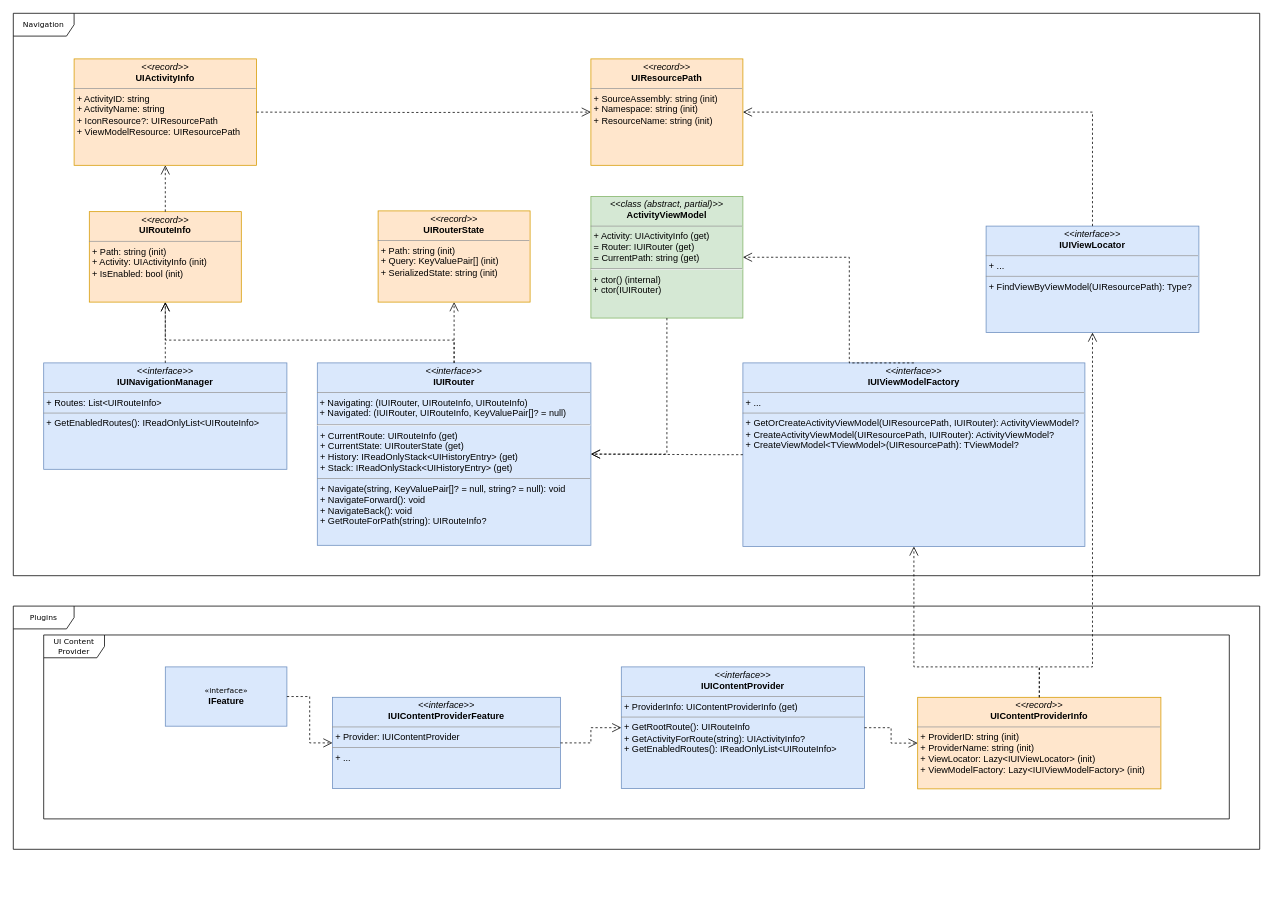
This is page "UI" (1 of 2) of docs/Core Component Structure.drawio from MasterMann/MyLife, a draw.io file, before an edit. Source tidied: cells renumbered, new cells numbered last; positions are measured from the earlier drawing's top-left corner, leaving out a move shared by most shapes. Both pictures are drawn from the tidied source at 76%, with x=0, y=0 at pixel (13, 13).
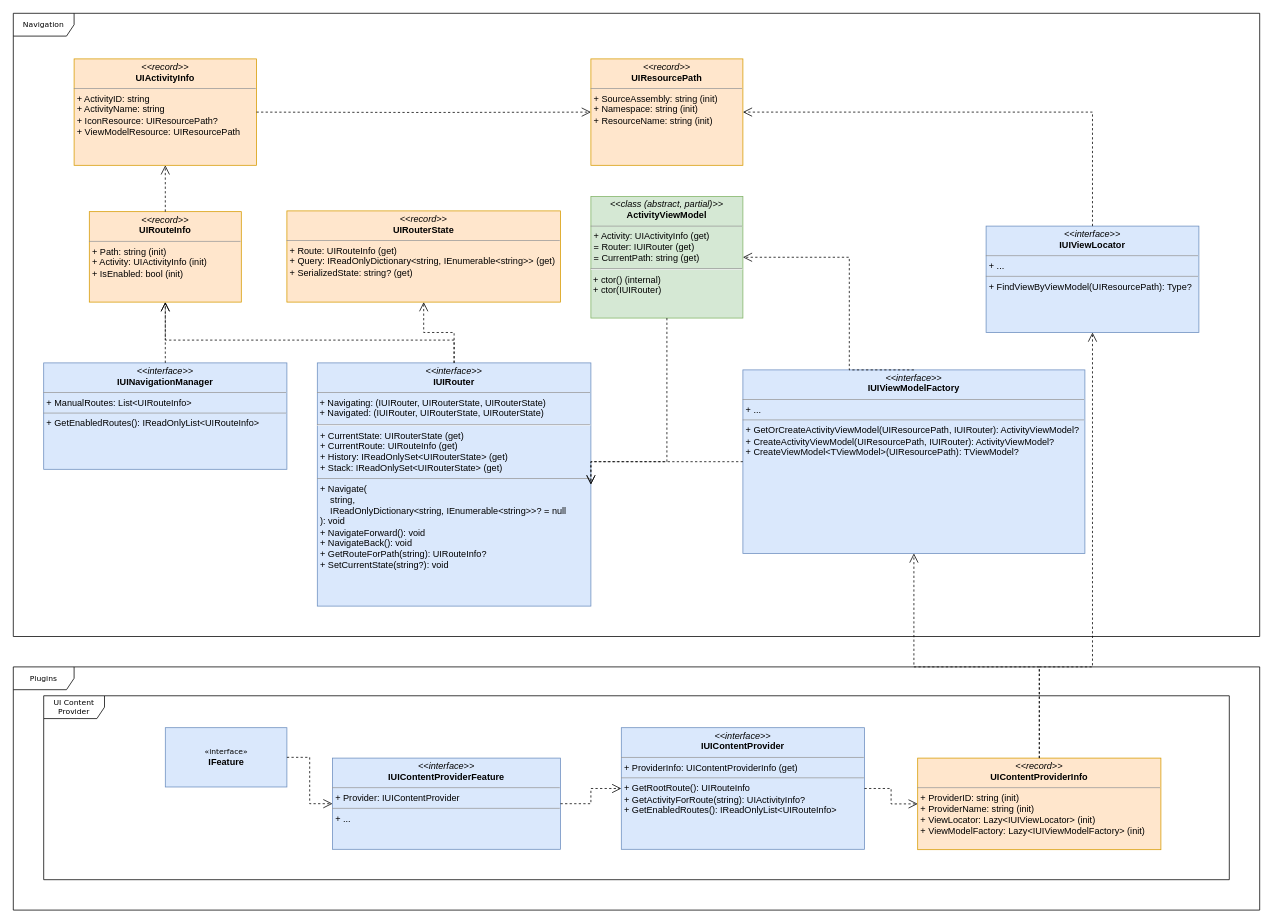
The same page after the edit.

Commit message:
[Docs] Update architecture diagram to reflect latest source changes

Notes:
- updated members of interfaces and models related to UI navigation and content providers

Unchanged cells that the change refers to:
```xml
<mxCell id="25" value="&lt;p style=&quot;margin:0px;margin-top:4px;text-align:center;&quot;&gt;&lt;i&gt;&amp;lt;&amp;lt;class (abstract, partial)&amp;gt;&amp;gt;&lt;/i&gt;&lt;br&gt;&lt;b&gt;ActivityViewModel&lt;/b&gt;&lt;/p&gt;&lt;hr size=&quot;1&quot;&gt;&lt;p style=&quot;margin:0px;margin-left:4px;&quot;&gt;+ Activity: UIActivityInfo (get)&lt;br&gt;&lt;/p&gt;&lt;p style=&quot;margin:0px;margin-left:4px;&quot;&gt;= Router: IUIRouter (get)&lt;/p&gt;&lt;p style=&quot;margin:0px;margin-left:4px;&quot;&gt;= CurrentPath: string (get)&lt;/p&gt;&lt;hr&gt;&amp;nbsp;+ ctor() (internal)&lt;br&gt;&amp;nbsp;+ ctor(IUIRouter)" style="verticalAlign=top;align=left;overflow=fill;fontSize=12;fontFamily=Helvetica;html=1;rounded=0;shadow=0;comic=0;labelBackgroundColor=none;strokeWidth=1;fillColor=#d5e8d4;strokeColor=#82b366;" parent="1" vertex="1">
  <mxGeometry x="760" y="241" width="200" height="160" as="geometry" />
</mxCell>
```

What changed in the source:
```diff
@@
     <mxCell id="2" value="Plugins" style="shape=umlFrame;whiteSpace=wrap;html=1;rounded=0;shadow=0;comic=0;labelBackgroundColor=none;strokeWidth=1;fontFamily=Verdana;fontSize=10;align=center;width=80;height=30;" parent="1" vertex="1">
-      <mxGeometry y="780" width="1640" height="320" as="geometry" />
+      <mxGeometry y="860" width="1640" height="320" as="geometry" />
     </mxCell>
     <mxCell id="3" value="UI Content Provider" style="shape=umlFrame;whiteSpace=wrap;html=1;rounded=0;shadow=0;comic=0;labelBackgroundColor=none;strokeWidth=1;fontFamily=Verdana;fontSize=10;align=center;width=80;height=30;" parent="1" vertex="1">
-      <mxGeometry x="40" y="818" width="1560" height="242" as="geometry" />
+      <mxGeometry x="40" y="898" width="1560" height="242" as="geometry" />
     </mxCell>
     <mxCell id="4" value="Navigation" style="shape=umlFrame;whiteSpace=wrap;html=1;rounded=0;shadow=0;comic=0;labelBackgroundColor=none;strokeWidth=1;fontFamily=Verdana;fontSize=10;align=center;width=80;height=30;" parent="1" vertex="1">
-      <mxGeometry width="1640" height="740" as="geometry" />
+      <mxGeometry width="1640" height="820" as="geometry" />
     </mxCell>
@@
-    <mxCell id="20" value="&lt;p style=&quot;margin:0px;margin-top:4px;text-align:center;&quot;&gt;&lt;i&gt;&amp;lt;&amp;lt;interface&amp;gt;&amp;gt;&lt;/i&gt;&lt;br&gt;&lt;b&gt;IUIRouter&lt;/b&gt;&lt;/p&gt;&lt;hr size=&quot;1&quot;&gt;&amp;nbsp;+ Navigating: (IUIRouter, UIRouteInfo, UIRouteInfo)&lt;br&gt;&amp;nbsp;+ Navigated: (IUIRouter, UIRouteInfo, KeyValuePair[]? = null)&lt;br&gt;&lt;hr&gt;&lt;p style=&quot;margin:0px;margin-left:4px;&quot;&gt;+ CurrentRoute: UIRouteInfo (get)&lt;/p&gt;&lt;p style=&quot;margin:0px;margin-left:4px;&quot;&gt;+ CurrentState: UIRouterState (get)&lt;/p&gt;&lt;p style=&quot;margin:0px;margin-left:4px;&quot;&gt;+ History: IReadOnlyStack&amp;lt;UIHistoryEntry&amp;gt; (get)&lt;/p&gt;&lt;p style=&quot;margin:0px;margin-left:4px;&quot;&gt;+ Stack:&amp;nbsp;IReadOnlyStack&amp;lt;UIHistoryEntry&amp;gt; (get)&lt;/p&gt;&lt;hr size=&quot;1&quot;&gt;&lt;p style=&quot;margin:0px;margin-left:4px;&quot;&gt;+ Navigate(string, KeyValuePair[]? = null, string? = null): void&lt;/p&gt;&lt;p style=&quot;margin:0px;margin-left:4px;&quot;&gt;+ NavigateForward(): void&lt;/p&gt;&lt;p style=&quot;margin:0px;margin-left:4px;&quot;&gt;+ NavigateBack(): void&lt;/p&gt;&lt;p style=&quot;margin:0px;margin-left:4px;&quot;&gt;+ GetRouteForPath(string): UIRouteInfo?&lt;/p&gt;" style="verticalAlign=top;align=left;overflow=fill;fontSize=12;fontFamily=Helvetica;html=1;rounded=0;shadow=0;comic=0;labelBackgroundColor=none;strokeWidth=1;fillColor=#dae8fc;strokeColor=#6c8ebf;" parent="1" vertex="1">
-      <mxGeometry x="400" y="460" width="360" height="240" as="geometry" />
+    <mxCell id="20" value="&lt;p style=&quot;margin:0px;margin-top:4px;text-align:center;&quot;&gt;&lt;i&gt;&amp;lt;&amp;lt;interface&amp;gt;&amp;gt;&lt;/i&gt;&lt;br&gt;&lt;b&gt;IUIRouter&lt;/b&gt;&lt;/p&gt;&lt;hr size=&quot;1&quot;&gt;&amp;nbsp;+ Navigating: (IUIRouter, UIRouterState, UIRouterState)&lt;br&gt;&amp;nbsp;+ Navigated: (IUIRouter, UIRouterState, UIRouterState)&lt;br&gt;&lt;hr&gt;&lt;p style=&quot;margin:0px;margin-left:4px;&quot;&gt;+ CurrentState: UIRouterState (get)&lt;br&gt;&lt;/p&gt;&lt;p style=&quot;margin:0px;margin-left:4px;&quot;&gt;+ CurrentRoute: UIRouteInfo (get)&lt;/p&gt;&lt;p style=&quot;margin:0px;margin-left:4px;&quot;&gt;+ History: IReadOnlySet&amp;lt;UIRouterState&amp;gt; (get)&lt;/p&gt;&lt;p style=&quot;margin:0px;margin-left:4px;&quot;&gt;+ Stack:&amp;nbsp;IReadOnlySet&amp;lt;UIRouterState&amp;gt; (get)&lt;/p&gt;&lt;hr size=&quot;1&quot;&gt;&lt;p style=&quot;margin:0px;margin-left:4px;&quot;&gt;+ Navigate(&lt;/p&gt;&lt;p style=&quot;margin:0px;margin-left:4px;&quot;&gt;&lt;span style=&quot;&quot;&gt;&lt;span style=&quot;white-space: pre;&quot;&gt;&amp;nbsp;&amp;nbsp;&amp;nbsp;&amp;nbsp;&lt;/span&gt;&lt;/span&gt;string,&amp;nbsp;&lt;/p&gt;&lt;p style=&quot;margin:0px;margin-left:4px;&quot;&gt;&lt;span style=&quot;&quot;&gt;&lt;span style=&quot;white-space: pre;&quot;&gt;&amp;nbsp;&amp;nbsp;&amp;nbsp;&amp;nbsp;&lt;/span&gt;&lt;/span&gt;IReadOnlyDictionary&amp;lt;string, IEnumerable&amp;lt;string&amp;gt;&amp;gt;? = null&lt;/p&gt;&lt;p style=&quot;margin:0px;margin-left:4px;&quot;&gt;): void&lt;/p&gt;&lt;p style=&quot;margin:0px;margin-left:4px;&quot;&gt;+ NavigateForward(): void&lt;/p&gt;&lt;p style=&quot;margin:0px;margin-left:4px;&quot;&gt;+ NavigateBack(): void&lt;/p&gt;&lt;p style=&quot;margin:0px;margin-left:4px;&quot;&gt;+ GetRouteForPath(string): UIRouteInfo?&lt;/p&gt;&lt;p style=&quot;margin:0px;margin-left:4px;&quot;&gt;+ SetCurrentState(string?): void&lt;/p&gt;" style="verticalAlign=top;align=left;overflow=fill;fontSize=12;fontFamily=Helvetica;html=1;rounded=0;shadow=0;comic=0;labelBackgroundColor=none;strokeWidth=1;fillColor=#dae8fc;strokeColor=#6c8ebf;" parent="1" vertex="1">
+      <mxGeometry x="400" y="460" width="360" height="320" as="geometry" />
     </mxCell>
-    <mxCell id="21" value="&lt;p style=&quot;margin:0px;margin-top:4px;text-align:center;&quot;&gt;&lt;i&gt;&amp;lt;&amp;lt;interface&amp;gt;&amp;gt;&lt;/i&gt;&lt;br&gt;&lt;b&gt;IUINavigationManager&lt;/b&gt;&lt;/p&gt;&lt;hr size=&quot;1&quot;&gt;&lt;p style=&quot;margin:0px;margin-left:4px;&quot;&gt;+ Routes: List&amp;lt;UIRouteInfo&amp;gt;&lt;/p&gt;&lt;hr size=&quot;1&quot;&gt;&lt;p style=&quot;margin:0px;margin-left:4px;&quot;&gt;+ GetEnabledRoutes(): IReadOnlyList&amp;lt;UIRouteInfo&amp;gt;&lt;/p&gt;" style="verticalAlign=top;align=left;overflow=fill;fontSize=12;fontFamily=Helvetica;html=1;rounded=0;shadow=0;comic=0;labelBackgroundColor=none;strokeWidth=1;fillColor=#dae8fc;strokeColor=#6c8ebf;" parent="1" vertex="1">
+    <mxCell id="21" value="&lt;p style=&quot;margin:0px;margin-top:4px;text-align:center;&quot;&gt;&lt;i&gt;&amp;lt;&amp;lt;interface&amp;gt;&amp;gt;&lt;/i&gt;&lt;br&gt;&lt;b&gt;IUINavigationManager&lt;/b&gt;&lt;/p&gt;&lt;hr size=&quot;1&quot;&gt;&lt;p style=&quot;margin:0px;margin-left:4px;&quot;&gt;+ ManualRoutes: List&amp;lt;UIRouteInfo&amp;gt;&lt;/p&gt;&lt;hr size=&quot;1&quot;&gt;&lt;p style=&quot;margin:0px;margin-left:4px;&quot;&gt;+ GetEnabledRoutes(): IReadOnlyList&amp;lt;UIRouteInfo&amp;gt;&lt;/p&gt;" style="verticalAlign=top;align=left;overflow=fill;fontSize=12;fontFamily=Helvetica;html=1;rounded=0;shadow=0;comic=0;labelBackgroundColor=none;strokeWidth=1;fillColor=#dae8fc;strokeColor=#6c8ebf;" parent="1" vertex="1">
       <mxGeometry x="40" y="460" width="320" height="140" as="geometry" />
     </mxCell>
-    <mxCell id="22" value="&lt;p style=&quot;margin:0px;margin-top:4px;text-align:center;&quot;&gt;&lt;i&gt;&amp;lt;&amp;lt;record&amp;gt;&amp;gt;&lt;/i&gt;&lt;br&gt;&lt;b&gt;UIActivityInfo&lt;/b&gt;&lt;/p&gt;&lt;hr size=&quot;1&quot;&gt;&lt;p style=&quot;margin:0px;margin-left:4px;&quot;&gt;+ ActivityID: string&lt;/p&gt;&lt;p style=&quot;margin:0px;margin-left:4px;&quot;&gt;+ ActivityName: string&lt;/p&gt;&lt;p style=&quot;margin:0px;margin-left:4px;&quot;&gt;+ IconResource?: UIResourcePath&lt;/p&gt;&lt;p style=&quot;margin:0px;margin-left:4px;&quot;&gt;+ ViewModelResource:&amp;nbsp;UIResourcePath&lt;br&gt;&lt;/p&gt;" style="verticalAlign=top;align=left;overflow=fill;fontSize=12;fontFamily=Helvetica;html=1;rounded=0;shadow=0;comic=0;labelBackgroundColor=none;strokeWidth=1;fillColor=#ffe6cc;strokeColor=#d79b00;" parent="1" vertex="1">
+    <mxCell id="22" value="&lt;p style=&quot;margin:0px;margin-top:4px;text-align:center;&quot;&gt;&lt;i&gt;&amp;lt;&amp;lt;record&amp;gt;&amp;gt;&lt;/i&gt;&lt;br&gt;&lt;b&gt;UIActivityInfo&lt;/b&gt;&lt;/p&gt;&lt;hr size=&quot;1&quot;&gt;&lt;p style=&quot;margin:0px;margin-left:4px;&quot;&gt;+ ActivityID: string&lt;/p&gt;&lt;p style=&quot;margin:0px;margin-left:4px;&quot;&gt;+ ActivityName: string&lt;/p&gt;&lt;p style=&quot;margin:0px;margin-left:4px;&quot;&gt;+ IconResource: UIResourcePath?&lt;/p&gt;&lt;p style=&quot;margin:0px;margin-left:4px;&quot;&gt;+ ViewModelResource:&amp;nbsp;UIResourcePath&lt;br&gt;&lt;/p&gt;" style="verticalAlign=top;align=left;overflow=fill;fontSize=12;fontFamily=Helvetica;html=1;rounded=0;shadow=0;comic=0;labelBackgroundColor=none;strokeWidth=1;fillColor=#ffe6cc;strokeColor=#d79b00;" parent="1" vertex="1">
       <mxGeometry x="80" y="60" width="240" height="140" as="geometry" />
     </mxCell>
@@
-    <mxCell id="27" value="&lt;p style=&quot;margin:0px;margin-top:4px;text-align:center;&quot;&gt;&lt;i&gt;&amp;lt;&amp;lt;record&amp;gt;&amp;gt;&lt;/i&gt;&lt;br&gt;&lt;b&gt;UIRouterState&lt;/b&gt;&lt;/p&gt;&lt;hr size=&quot;1&quot;&gt;&lt;p style=&quot;margin:0px;margin-left:4px;&quot;&gt;+ Path: string (init)&lt;span style=&quot;background-color: initial;&quot;&gt;&lt;br&gt;&lt;/span&gt;&lt;/p&gt;&lt;p style=&quot;margin:0px;margin-left:4px;&quot;&gt;&lt;span style=&quot;background-color: initial;&quot;&gt;+ Query: KeyValuePair[] (init)&lt;/span&gt;&lt;br&gt;&lt;/p&gt;&lt;p style=&quot;margin:0px;margin-left:4px;&quot;&gt;+ SerializedState: string (init)&lt;/p&gt;" style="verticalAlign=top;align=left;overflow=fill;fontSize=12;fontFamily=Helvetica;html=1;rounded=0;shadow=0;comic=0;labelBackgroundColor=none;strokeWidth=1;fillColor=#ffe6cc;strokeColor=#d79b00;" parent="1" vertex="1">
-      <mxGeometry x="480" y="260" width="200" height="120" as="geometry" />
+    <mxCell id="27" value="&lt;p style=&quot;margin:0px;margin-top:4px;text-align:center;&quot;&gt;&lt;i&gt;&amp;lt;&amp;lt;record&amp;gt;&amp;gt;&lt;/i&gt;&lt;br&gt;&lt;b&gt;UIRouterState&lt;/b&gt;&lt;/p&gt;&lt;hr size=&quot;1&quot;&gt;&lt;p style=&quot;margin:0px;margin-left:4px;&quot;&gt;+ Route: UIRouteInfo (get)&lt;span style=&quot;background-color: initial;&quot;&gt;&lt;br&gt;&lt;/span&gt;&lt;/p&gt;&lt;p style=&quot;margin:0px;margin-left:4px;&quot;&gt;&lt;span style=&quot;background-color: initial;&quot;&gt;+ Query: IReadOnlyDictionary&amp;lt;string, IEnumerable&amp;lt;string&amp;gt;&amp;gt; (get)&lt;/span&gt;&lt;br&gt;&lt;/p&gt;&lt;p style=&quot;margin:0px;margin-left:4px;&quot;&gt;+ SerializedState: string? (get)&lt;/p&gt;" style="verticalAlign=top;align=left;overflow=fill;fontSize=12;fontFamily=Helvetica;html=1;rounded=0;shadow=0;comic=0;labelBackgroundColor=none;strokeWidth=1;fillColor=#ffe6cc;strokeColor=#d79b00;" parent="1" vertex="1">
+      <mxGeometry x="360" y="260" width="360" height="120" as="geometry" />
     </mxCell>
@@
     <mxCell id="29" style="edgeStyle=orthogonalEdgeStyle;rounded=0;html=1;dashed=1;labelBackgroundColor=none;startFill=0;endArrow=open;endFill=0;endSize=10;fontFamily=Verdana;fontSize=10;entryX=1;entryY=0.5;entryDx=0;entryDy=0;exitX=0.5;exitY=1;exitDx=0;exitDy=0;" parent="1" edge="1" source="25" target="20">
       <mxGeometry relative="1" as="geometry">
         <Array as="points">
-          <mxPoint x="860" y="580" />
+          <mxPoint x="860" y="590" />
         </Array>
       </mxGeometry>
     </mxCell>
@@
     <mxCell id="33" value="&lt;p style=&quot;margin:0px;margin-top:4px;text-align:center;&quot;&gt;&lt;i&gt;&amp;lt;&amp;lt;interface&amp;gt;&amp;gt;&lt;/i&gt;&lt;br&gt;&lt;b&gt;IUIViewModelFactory&lt;/b&gt;&lt;/p&gt;&lt;hr size=&quot;1&quot;&gt;&lt;p style=&quot;margin:0px;margin-left:4px;&quot;&gt;+ ...&lt;/p&gt;&lt;hr size=&quot;1&quot;&gt;&lt;p style=&quot;margin:0px;margin-left:4px;&quot;&gt;+ GetOrCreateActivityViewModel(&lt;span style=&quot;background-color: initial;&quot;&gt;UIResourcePath,&amp;nbsp;&lt;/span&gt;&lt;span style=&quot;background-color: initial;&quot;&gt;IUIRouter&lt;/span&gt;&lt;span style=&quot;background-color: initial;&quot;&gt;): ActivityViewModel?&lt;/span&gt;&lt;/p&gt;&lt;p style=&quot;border-color: var(--border-color); margin: 0px 0px 0px 4px;&quot;&gt;+ CreateActivityViewModel(&lt;span style=&quot;background-color: initial;&quot;&gt;UIResourcePath,&amp;nbsp;&lt;/span&gt;&lt;span style=&quot;background-color: initial; border-color: var(--border-color);&quot;&gt;IUIRouter&lt;/span&gt;&lt;span style=&quot;background-color: initial;&quot;&gt;): ActivityViewModel?&lt;/span&gt;&lt;/p&gt;&lt;p style=&quot;border-color: var(--border-color); margin: 0px 0px 0px 4px;&quot;&gt;+ CreateViewModel&amp;lt;TViewModel&amp;gt;(UIResourcePath): TViewModel?&lt;/p&gt;" style="verticalAlign=top;align=left;overflow=fill;fontSize=12;fontFamily=Helvetica;html=1;rounded=0;shadow=0;comic=0;labelBackgroundColor=none;strokeWidth=1;fillColor=#dae8fc;strokeColor=#6c8ebf;" parent="1" vertex="1">
-      <mxGeometry x="960" y="460" width="450" height="241.5" as="geometry" />
+      <mxGeometry x="960" y="469.2" width="450" height="241.5" as="geometry" />
     </mxCell>
     <mxCell id="34" style="edgeStyle=orthogonalEdgeStyle;rounded=0;html=1;dashed=1;labelBackgroundColor=none;startFill=0;endArrow=open;endFill=0;endSize=10;fontFamily=Verdana;fontSize=10;entryX=1;entryY=0.5;entryDx=0;entryDy=0;exitX=0;exitY=0.5;exitDx=0;exitDy=0;" parent="1" edge="1" source="33" target="20">
       <mxGeometry relative="1" as="geometry">
         <Array as="points">
-          <mxPoint x="930" y="581" />
-          <mxPoint x="860" y="580" />
+          <mxPoint x="940" y="590" />
+          <mxPoint x="940" y="590" />
         </Array>
       </mxGeometry>
     </mxCell>
@@
     <mxCell id="37" value="&lt;p style=&quot;margin:0px;margin-top:4px;text-align:center;&quot;&gt;&lt;i&gt;&amp;lt;&amp;lt;interface&amp;gt;&amp;gt;&lt;/i&gt;&lt;br&gt;&lt;b&gt;IUIContentProviderFeature&lt;/b&gt;&lt;/p&gt;&lt;hr size=&quot;1&quot;&gt;&lt;p style=&quot;margin:0px;margin-left:4px;&quot;&gt;+ Provider:&amp;nbsp;IUIContentProvider&lt;/p&gt;&lt;hr size=&quot;1&quot;&gt;&lt;p style=&quot;margin:0px;margin-left:4px;&quot;&gt;+ ...&lt;/p&gt;" style="verticalAlign=top;align=left;overflow=fill;fontSize=12;fontFamily=Helvetica;html=1;rounded=0;shadow=0;comic=0;labelBackgroundColor=none;strokeWidth=1;fillColor=#dae8fc;strokeColor=#6c8ebf;" parent="1" vertex="1">
-      <mxGeometry x="420" y="900" width="300" height="120" as="geometry" />
+      <mxGeometry x="420" y="980" width="300" height="120" as="geometry" />
     </mxCell>
     <mxCell id="38" value="&lt;p style=&quot;margin:0px;margin-top:4px;text-align:center;&quot;&gt;&lt;i&gt;&amp;lt;&amp;lt;interface&amp;gt;&amp;gt;&lt;/i&gt;&lt;br&gt;&lt;b&gt;IUIContentProvider&lt;/b&gt;&lt;/p&gt;&lt;hr size=&quot;1&quot;&gt;&lt;p style=&quot;margin:0px;margin-left:4px;&quot;&gt;+ ProviderInfo: UIContentProviderInfo (get)&lt;/p&gt;&lt;hr size=&quot;1&quot;&gt;&lt;p style=&quot;margin:0px;margin-left:4px;&quot;&gt;+ GetRootRoute(): UIRouteInfo&lt;/p&gt;&lt;p style=&quot;margin:0px;margin-left:4px;&quot;&gt;+ GetActivityForRoute(string): UIActivityInfo?&lt;/p&gt;&lt;p style=&quot;margin:0px;margin-left:4px;&quot;&gt;+ GetEnabledRoutes(): IReadOnlyList&amp;lt;UIRouteInfo&amp;gt;&lt;/p&gt;" style="verticalAlign=top;align=left;overflow=fill;fontSize=12;fontFamily=Helvetica;html=1;rounded=0;shadow=0;comic=0;labelBackgroundColor=none;strokeWidth=1;fillColor=#dae8fc;strokeColor=#6c8ebf;" parent="1" vertex="1">
-      <mxGeometry x="800" y="860" width="320" height="160" as="geometry" />
+      <mxGeometry x="800" y="940" width="320" height="160" as="geometry" />
     </mxCell>
     <mxCell id="39" value="&lt;p style=&quot;margin:0px;margin-top:4px;text-align:center;&quot;&gt;&lt;i&gt;&amp;lt;&amp;lt;record&amp;gt;&amp;gt;&lt;/i&gt;&lt;br&gt;&lt;b&gt;UIContentProviderInfo&lt;/b&gt;&lt;/p&gt;&lt;hr size=&quot;1&quot;&gt;&lt;p style=&quot;margin:0px;margin-left:4px;&quot;&gt;+ ProviderID: string (init)&lt;/p&gt;&lt;p style=&quot;margin:0px;margin-left:4px;&quot;&gt;+ ProviderName: string (init)&lt;/p&gt;&lt;p style=&quot;margin:0px;margin-left:4px;&quot;&gt;+ ViewLocator: Lazy&amp;lt;IUIViewLocator&amp;gt; (init)&lt;/p&gt;&lt;p style=&quot;margin:0px;margin-left:4px;&quot;&gt;+ ViewModelFactory: Lazy&amp;lt;IUIViewModelFactory&amp;gt; (init)&lt;/p&gt;" style="verticalAlign=top;align=left;overflow=fill;fontSize=12;fontFamily=Helvetica;html=1;rounded=0;shadow=0;comic=0;labelBackgroundColor=none;strokeWidth=1;fillColor=#ffe6cc;strokeColor=#d79b00;" parent="1" vertex="1">
-      <mxGeometry x="1190" y="900" width="320" height="120.5" as="geometry" />
+      <mxGeometry x="1190" y="980" width="320" height="120.5" as="geometry" />
     </mxCell>
@@
     <mxCell id="44" value="«interface»&lt;br&gt;&lt;b style=&quot;border-color: var(--border-color); font-family: Helvetica; font-size: 12px;&quot;&gt;IFeature&lt;/b&gt;" style="html=1;rounded=0;shadow=0;comic=0;labelBackgroundColor=none;strokeWidth=1;fontFamily=Verdana;fontSize=10;align=center;fillColor=#dae8fc;strokeColor=#6c8ebf;" parent="1" vertex="1">
-      <mxGeometry x="200" y="860" width="160" height="78" as="geometry" />
+      <mxGeometry x="200" y="940" width="160" height="78" as="geometry" />
     </mxCell>
```
